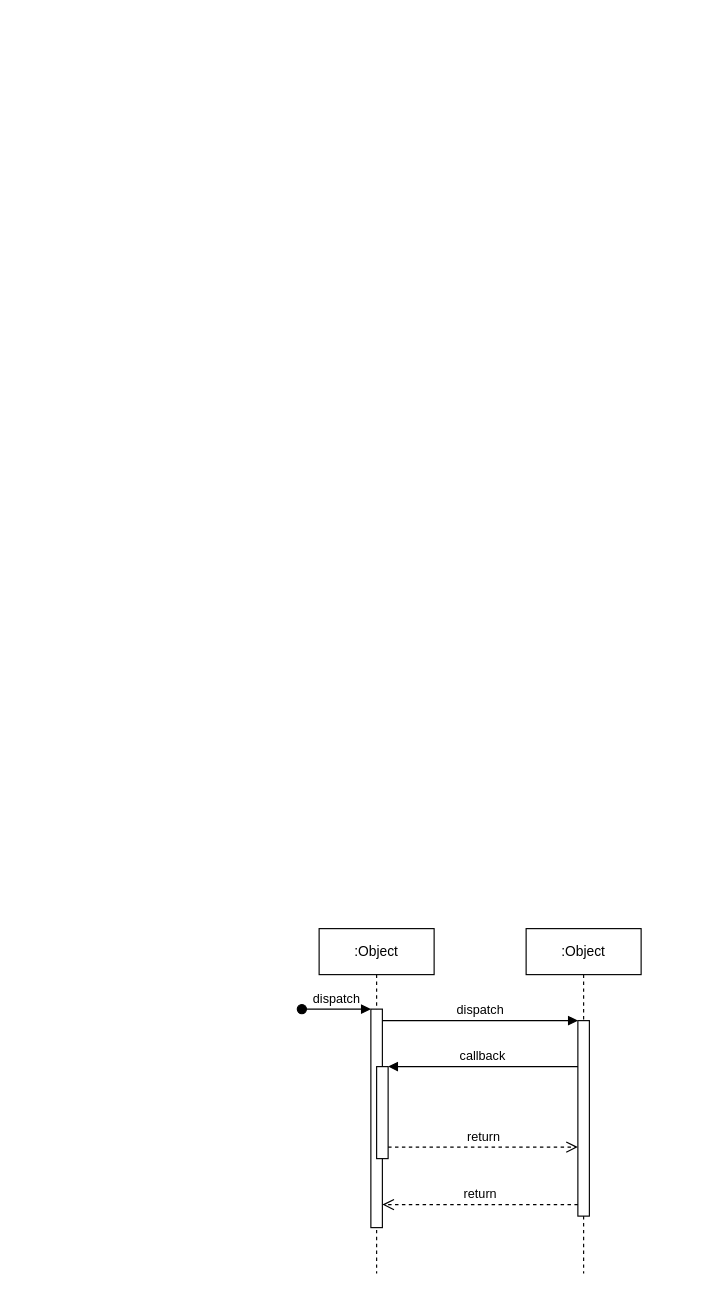
The draw.io diagram Namnlöst diagram.drawio in DanielMyvall/drawio, before the edit. Source tidied: cells renumbered, new cells numbered last; positions are measured from the earlier drawing's top-left corner, leaving out a move shared by most shapes. Both pictures are drawn from the tidied source at 115%, with x=0, y=0 at pixel (301, 928).
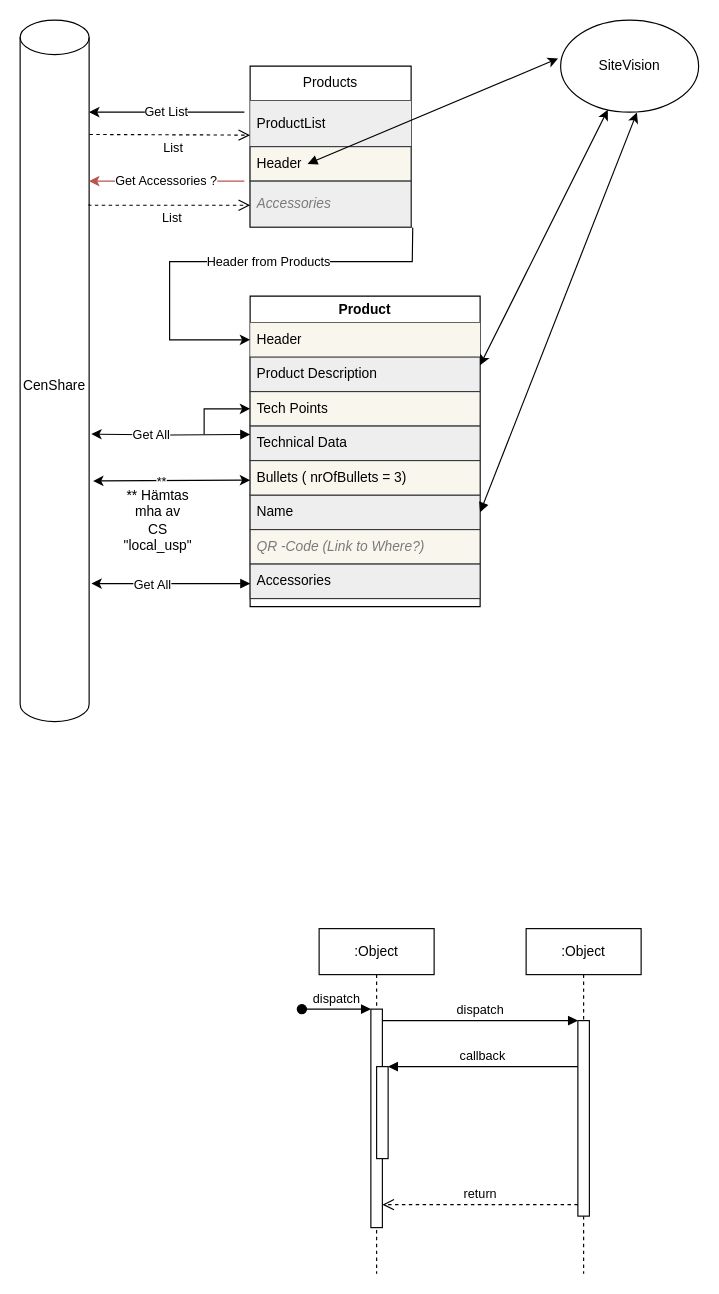
The same page after the edit.

Unchanged cells that the change refers to:
```xml
<mxCell id="5" style="html=1;points=[];perimeter=orthogonalPerimeter;outlineConnect=0;targetShapes=umlLifeline;portConstraint=eastwest;newEdgeStyle={&quot;edgeStyle&quot;:&quot;elbowEdgeStyle&quot;,&quot;elbow&quot;:&quot;vertical&quot;,&quot;curved&quot;:0,&quot;rounded&quot;:0};" parent="2" vertex="1">
  <mxGeometry x="50" y="120" width="10" height="80" as="geometry" />
</mxCell>
<mxCell id="7" style="html=1;points=[];perimeter=orthogonalPerimeter;outlineConnect=0;targetShapes=umlLifeline;portConstraint=eastwest;newEdgeStyle={&quot;edgeStyle&quot;:&quot;elbowEdgeStyle&quot;,&quot;elbow&quot;:&quot;vertical&quot;,&quot;curved&quot;:0,&quot;rounded&quot;:0};" parent="6" vertex="1">
  <mxGeometry x="45" y="80" width="10" height="170" as="geometry" />
</mxCell>
```

The edit, as a diff of the source:
```diff
@@
-    <mxCell id="11" value="return" style="html=1;verticalAlign=bottom;endArrow=open;dashed=1;endSize=8;edgeStyle=elbowEdgeStyle;elbow=vertical;curved=0;rounded=0;" parent="1" edge="1" source="5" target="7">
-      <mxGeometry relative="1" as="geometry">
+    <mxCell id="11" value="List" style="html=1;verticalAlign=bottom;endArrow=open;dashed=1;endSize=8;edgeStyle=elbowEdgeStyle;elbow=vertical;curved=0;rounded=0;exitX=1.004;exitY=0.163;exitDx=0;exitDy=0;exitPerimeter=0;" parent="1" edge="1" source="14" target="18">
+      <mxGeometry x="0.04" y="-20" relative="1" as="geometry">
         <Array as="points">
-          <mxPoint x="155" y="190" />
+          <mxPoint x="-135" y="-690" />
         </Array>
       </mxGeometry>
     </mxCell>
+    <mxCell id="12" style="endArrow=classic;html=1;rounded=0;" parent="1" edge="1">
+      <mxGeometry relative="1" as="geometry">
+        <mxPoint x="-50" y="-710" as="sourcePoint" />
+        <mxPoint x="-185" y="-710" as="targetPoint" />
+      </mxGeometry>
+    </mxCell>
+    <mxCell id="13" value="Get List" style="edgeLabel;html=1;align=center;verticalAlign=middle;" parent="12" vertex="1">
+      <mxGeometry x="0.02" y="-1" relative="1" as="geometry" />
+    </mxCell>
+    <mxCell id="14" value="CenShare" style="shape=cylinder3;whiteSpace=wrap;html=1;boundedLbl=1;backgroundOutline=1;size=15;" parent="1" vertex="1">
+      <mxGeometry x="-245" y="-790" width="60" height="610" as="geometry" />
+    </mxCell>
+    <mxCell id="15" style="endArrow=classic;html=1;rounded=0;fillColor=#f8cecc;strokeColor=#b85450;" parent="1" edge="1">
+      <mxGeometry relative="1" as="geometry">
+        <mxPoint x="-50" y="-650" as="sourcePoint" />
+        <mxPoint x="-185" y="-650" as="targetPoint" />
+      </mxGeometry>
+    </mxCell>
+    <mxCell id="16" value="Get Accessories ?" style="edgeLabel;html=1;align=center;verticalAlign=middle;" parent="15" vertex="1">
+      <mxGeometry x="0.02" y="-1" relative="1" as="geometry" />
+    </mxCell>
+    <mxCell id="17" value="Products" style="swimlane;fontStyle=0;horizontal=1;startSize=30;whiteSpace=wrap;html=1;" parent="1" vertex="1">
+      <mxGeometry x="-45" y="-750" width="140" height="140" as="geometry" />
+    </mxCell>
+    <mxCell id="18" value="ProductList" style="text;align=left;verticalAlign=middle;spacingLeft=4;spacingRight=4;overflow=hidden;points=[[0,0.5],[1,0.5]];portConstraint=eastwest;whiteSpace=wrap;html=1;strokeWidth=0;glass=0;fillColor=#eeeeee;strokeColor=#36393d;" parent="17" vertex="1">
+      <mxGeometry y="30" width="140" height="40" as="geometry" />
+    </mxCell>
+    <mxCell id="19" value="Header" style="text;strokeColor=#36393d;fillColor=#f9f7ed;align=left;verticalAlign=middle;spacingLeft=4;spacingRight=4;overflow=hidden;whiteSpace=wrap;html=1;fillStyle=solid;" parent="17" vertex="1">
+      <mxGeometry y="70" width="140" height="30" as="geometry" />
+    </mxCell>
+    <mxCell id="20" value="&lt;i&gt;&lt;font color=&quot;#7a7a7a&quot;&gt;Accessories&lt;/font&gt;&lt;/i&gt;" style="text;strokeColor=#36393d;fillColor=#eeeeee;align=left;verticalAlign=middle;spacingLeft=4;spacingRight=4;overflow=hidden;points=[[0,0.5],[1,0.5]];portConstraint=eastwest;whiteSpace=wrap;html=1;" parent="17" vertex="1">
+      <mxGeometry y="100" width="140" height="40" as="geometry" />
+    </mxCell>
+    <mxCell id="21" value="List" style="html=1;verticalAlign=bottom;endArrow=open;dashed=1;endSize=8;edgeStyle=elbowEdgeStyle;elbow=vertical;curved=0;rounded=0;exitX=1.004;exitY=0.163;exitDx=0;exitDy=0;exitPerimeter=0;" parent="1" edge="1" target="20">
+      <mxGeometry x="0.04" y="-20" relative="1" as="geometry">
+        <mxPoint x="-185" y="-630" as="sourcePoint" />
+        <Array as="points">
+          <mxPoint x="-135" y="-629" />
+        </Array>
+      </mxGeometry>
+    </mxCell>
+    <mxCell id="22" value="SiteVision" style="ellipse;whiteSpace=wrap;html=1;" parent="1" vertex="1">
+      <mxGeometry x="225" y="-790" width="120" height="80" as="geometry" />
+    </mxCell>
+    <mxCell id="23" style="endArrow=classic;html=1;rounded=0;entryX=-0.018;entryY=0.417;entryDx=0;entryDy=0;entryPerimeter=0;startArrow=block;startFill=1;" parent="1" edge="1" target="22">
+      <mxGeometry relative="1" as="geometry">
+        <mxPoint x="5" y="-665" as="sourcePoint" />
+      </mxGeometry>
+    </mxCell>
+    <mxCell id="24" style="endArrow=classic;html=1;rounded=0;entryX=0;entryY=0.5;entryDx=0;entryDy=0;exitX=1.01;exitY=1.011;exitDx=0;exitDy=0;exitPerimeter=0;" parent="1" edge="1" source="20" target="27">
+      <mxGeometry relative="1" as="geometry">
+        <Array as="points">
+          <mxPoint x="96" y="-580" />
+          <mxPoint x="-115" y="-580" />
+          <mxPoint x="-115" y="-512" />
+        </Array>
+      </mxGeometry>
+    </mxCell>
+    <mxCell id="25" value="Header from Products" style="edgeLabel;html=1;align=center;verticalAlign=middle;" parent="24" vertex="1">
+      <mxGeometry x="-0.18" y="-1" relative="1" as="geometry" />
+    </mxCell>
+    <mxCell id="26" value="Product" style="swimlane;whiteSpace=wrap;html=1;" parent="1" vertex="1">
+      <mxGeometry x="-45" y="-550" width="200" height="270" as="geometry" />
+    </mxCell>
+    <mxCell id="27" value="Header" style="text;align=left;verticalAlign=middle;spacingLeft=4;spacingRight=4;overflow=hidden;points=[[0,0.5],[1,0.5]];portConstraint=eastwest;whiteSpace=wrap;html=1;strokeWidth=0;glass=0;fillColor=#f9f7ed;strokeColor=#36393d;" parent="26" vertex="1">
+      <mxGeometry y="23" width="200" height="30" as="geometry" />
+    </mxCell>
+    <mxCell id="28" value="Product Description" style="text;strokeColor=#36393d;fillColor=#eeeeee;align=left;verticalAlign=middle;spacingLeft=4;spacingRight=4;overflow=hidden;whiteSpace=wrap;html=1;" parent="26" vertex="1">
+      <mxGeometry y="53" width="200" height="30" as="geometry" />
+    </mxCell>
+    <mxCell id="29" value="Name" style="text;strokeColor=#36393d;fillColor=#eeeeee;align=left;verticalAlign=middle;spacingLeft=4;spacingRight=4;overflow=hidden;points=[[0,0.5],[1,0.5]];portConstraint=eastwest;whiteSpace=wrap;html=1;" parent="26" vertex="1">
+      <mxGeometry y="173" width="200" height="30" as="geometry" />
+    </mxCell>
+    <mxCell id="30" value="Tech Points" style="text;strokeColor=#36393d;fillColor=#f9f7ed;align=left;verticalAlign=middle;spacingLeft=4;spacingRight=4;overflow=hidden;points=[[0,0.5],[1,0.5]];portConstraint=eastwest;whiteSpace=wrap;html=1;" parent="26" vertex="1">
+      <mxGeometry y="83" width="200" height="30" as="geometry" />
+    </mxCell>
+    <mxCell id="31" value="Technical Data" style="text;strokeColor=#36393d;fillColor=#eeeeee;align=left;verticalAlign=middle;spacingLeft=4;spacingRight=4;overflow=hidden;whiteSpace=wrap;html=1;" parent="26" vertex="1">
+      <mxGeometry y="113" width="200" height="30" as="geometry" />
+    </mxCell>
+    <mxCell id="32" value="Bullets ( nrOfBullets = 3)" style="text;strokeColor=#36393d;fillColor=#f9f7ed;align=left;verticalAlign=middle;spacingLeft=4;spacingRight=4;overflow=hidden;whiteSpace=wrap;html=1;" parent="26" vertex="1">
+      <mxGeometry y="143" width="200" height="30" as="geometry" />
+    </mxCell>
+    <mxCell id="33" value="&lt;i&gt;&lt;font color=&quot;#7a7a7a&quot;&gt;QR -Code (Link to Where?)&lt;/font&gt;&lt;/i&gt;" style="text;strokeColor=#36393d;fillColor=#f9f7ed;align=left;verticalAlign=middle;spacingLeft=4;spacingRight=4;overflow=hidden;whiteSpace=wrap;html=1;" parent="26" vertex="1">
+      <mxGeometry y="203" width="200" height="30" as="geometry" />
+    </mxCell>
+    <mxCell id="34" value="Accessories" style="text;strokeColor=#36393d;fillColor=#eeeeee;align=left;verticalAlign=middle;spacingLeft=4;spacingRight=4;overflow=hidden;whiteSpace=wrap;html=1;" parent="26" vertex="1">
+      <mxGeometry y="233" width="200" height="30" as="geometry" />
+    </mxCell>
+    <mxCell id="35" style="endArrow=classic;html=1;rounded=0;entryX=0.553;entryY=1.005;entryDx=0;entryDy=0;entryPerimeter=0;startArrow=block;startFill=1;exitX=1;exitY=0.5;exitDx=0;exitDy=0;" parent="1" edge="1" source="29" target="22">
+      <mxGeometry relative="1" as="geometry" />
+    </mxCell>
+    <mxCell id="36" style="endArrow=classic;startArrow=classic;html=1;rounded=0;" parent="1" edge="1" target="22">
+      <mxGeometry relative="1" as="geometry">
+        <mxPoint x="155" y="-490" as="sourcePoint" />
+      </mxGeometry>
+    </mxCell>
+    <mxCell id="37" style="edgeStyle=orthogonalEdgeStyle;rounded=0;orthogonalLoop=1;jettySize=auto;html=1;exitX=0;exitY=0.5;exitDx=0;exitDy=0;entryX=1.031;entryY=0.652;entryDx=0;entryDy=0;entryPerimeter=0;startArrow=block;startFill=1;" parent="1" edge="1">
+      <mxGeometry relative="1" as="geometry">
+        <mxPoint x="-45" y="-429.7" as="sourcePoint" />
+        <mxPoint x="-183.1" y="-430" as="targetPoint" />
+      </mxGeometry>
+    </mxCell>
+    <mxCell id="38" value="Get All" style="edgeLabel;html=1;align=center;verticalAlign=middle;" parent="37" vertex="1">
+      <mxGeometry x="0.25" relative="1" as="geometry" />
+    </mxCell>
+    <mxCell id="39" style="endArrow=classic;startArrow=classic;html=1;rounded=0;exitX=1.059;exitY=0.706;exitDx=0;exitDy=0;exitPerimeter=0;" parent="1" edge="1">
+      <mxGeometry relative="1" as="geometry">
+        <mxPoint x="-181.5" y="-389.3" as="sourcePoint" />
+        <mxPoint x="-45" y="-390" as="targetPoint" />
+      </mxGeometry>
+    </mxCell>
+    <mxCell id="40" value="**" style="edgeLabel;html=1;align=center;verticalAlign=middle;" parent="39" vertex="1">
+      <mxGeometry x="-0.13" y="-1" relative="1" as="geometry" />
+    </mxCell>
+    <mxCell id="41" value="** Hämtas mha av CS &quot;local_usp&quot;" style="text;html=1;strokeColor=none;fillColor=none;align=center;verticalAlign=middle;whiteSpace=wrap;rounded=0;" parent="1" vertex="1">
+      <mxGeometry x="-155" y="-370" width="60" height="30" as="geometry" />
+    </mxCell>
+    <mxCell id="42" style="edgeStyle=orthogonalEdgeStyle;rounded=0;orthogonalLoop=1;jettySize=auto;html=1;exitX=0;exitY=0.5;exitDx=0;exitDy=0;entryX=1.031;entryY=0.652;entryDx=0;entryDy=0;entryPerimeter=0;startArrow=block;startFill=1;" parent="1" edge="1">
+      <mxGeometry relative="1" as="geometry">
+        <mxPoint x="-45" y="-300" as="sourcePoint" />
+        <mxPoint x="-183" y="-300" as="targetPoint" />
+      </mxGeometry>
+    </mxCell>
+    <mxCell id="43" value="Get All" style="edgeLabel;html=1;align=center;verticalAlign=middle;" parent="42" vertex="1">
+      <mxGeometry x="0.25" relative="1" as="geometry" />
+    </mxCell>
+    <mxCell id="44" style="endArrow=classic;html=1;rounded=0;entryX=0;entryY=0.5;entryDx=0;entryDy=0;" parent="1" edge="1" target="30">
+      <mxGeometry relative="1" as="geometry">
+        <mxPoint x="-85" y="-430" as="sourcePoint" />
+        <Array as="points">
+          <mxPoint x="-85" y="-452" />
+        </Array>
+      </mxGeometry>
+    </mxCell>
```
